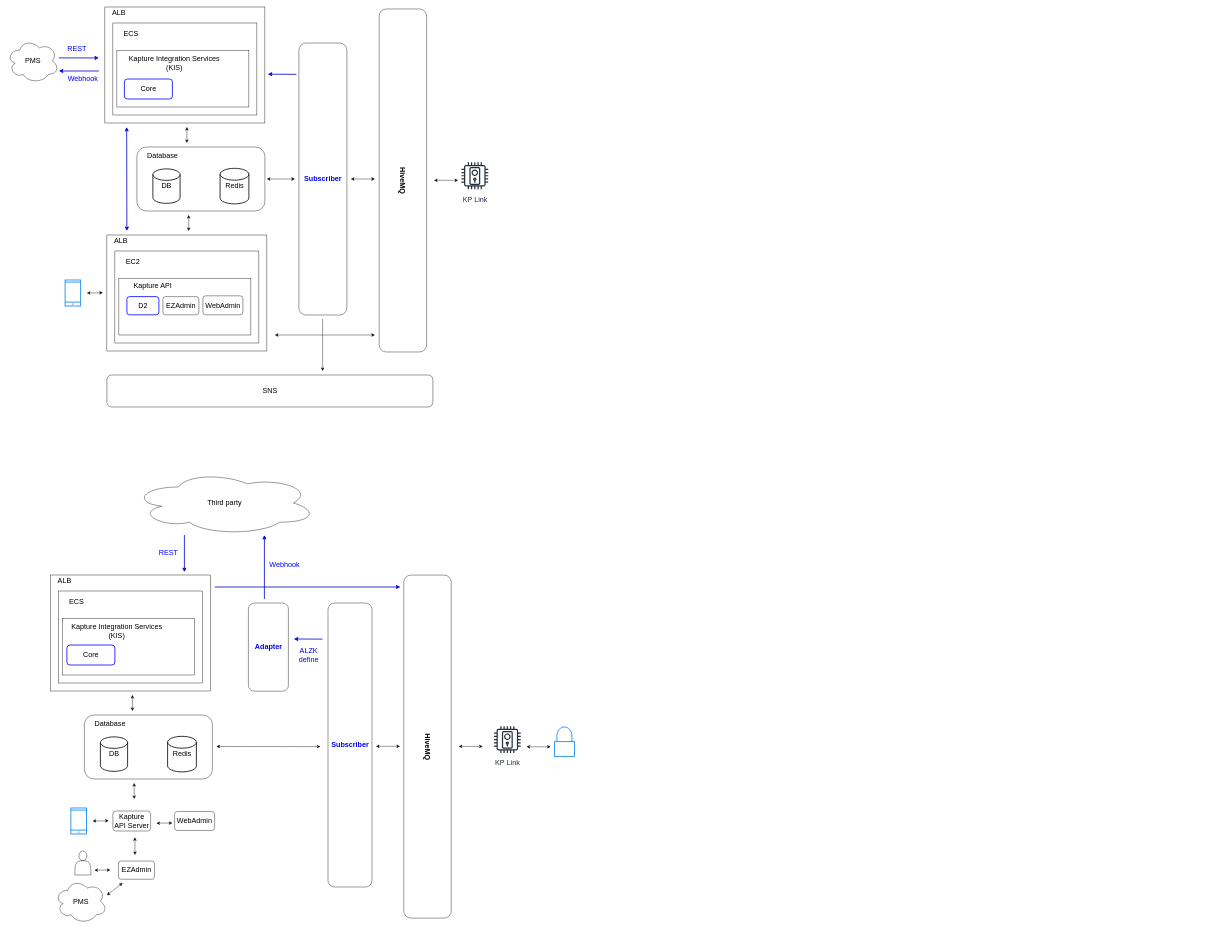
Earlier version of the draw.io diagram KaptureIntegrationService.drawio (kevin3747118/ALZK). Source tidied: cells renumbered, new cells numbered last; positions are measured from the earlier drawing's top-left corner, leaving out a move shared by most shapes. Both pictures are drawn from the tidied source at 40%, with x=0, y=0 at pixel (7, 7).
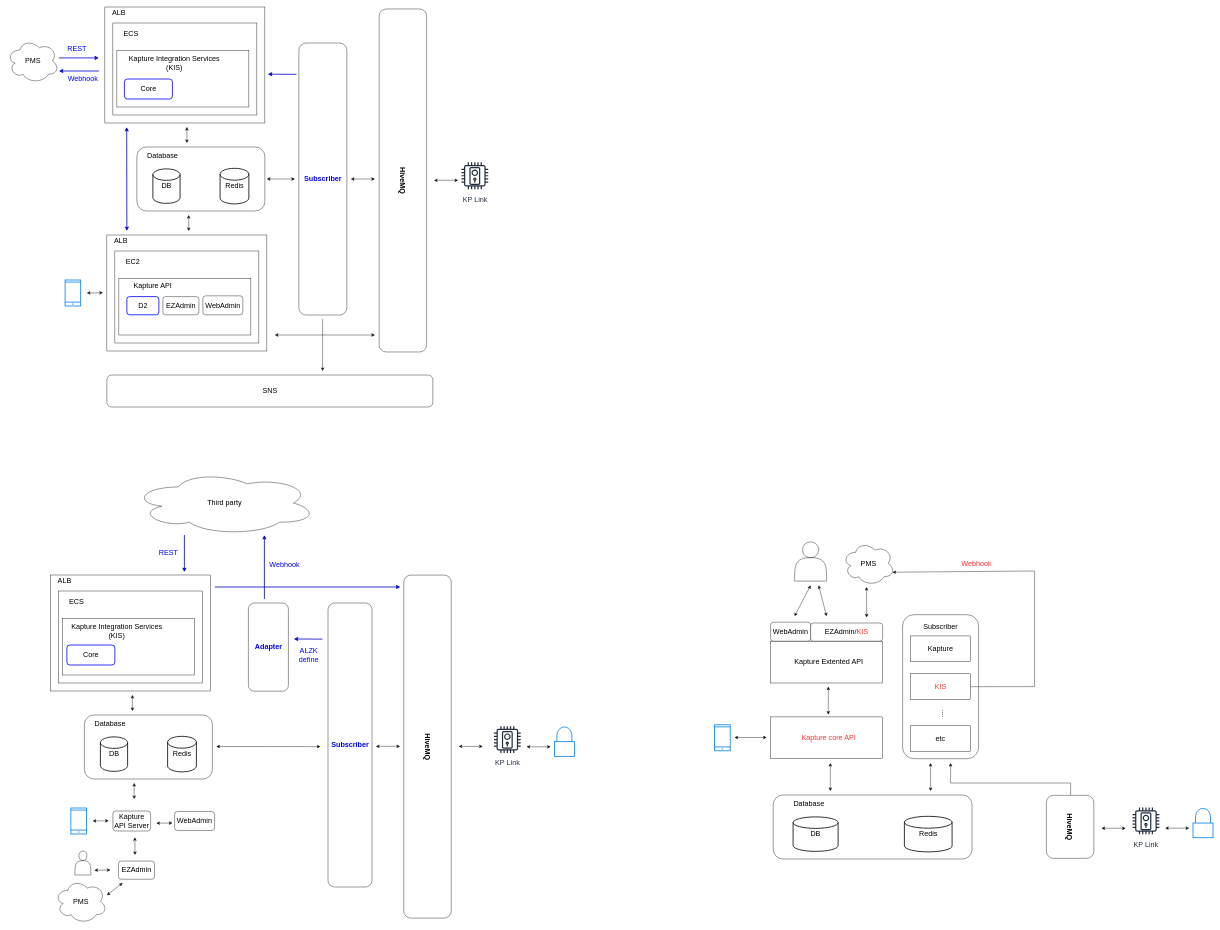
The same diagram, later.

What changed in the source:
```diff
@@
+    <mxCell id="85" style="rounded=0;whiteSpace=wrap;html=1;fontSize=18;" parent="1" vertex="1">
+      <mxGeometry x="1909" y="1585.5" width="280" height="104.5" as="geometry" />
+    </mxCell>
+    <mxCell id="86" value="&lt;font style=&quot;font-size: 18px&quot;&gt;Kapture Extented API&lt;br&gt;&lt;/font&gt;" style="text;html=1;strokeColor=none;fillColor=none;align=center;verticalAlign=middle;whiteSpace=wrap;rounded=0;" parent="1" vertex="1">
+      <mxGeometry x="1928.8" y="1617.8" width="250.5" height="40" as="geometry" />
+    </mxCell>
+    <mxCell id="87" value="WebAdmin" style="rounded=1;whiteSpace=wrap;html=1;fontSize=18;strokeColor=#000000;" parent="1" vertex="1">
+      <mxGeometry x="1909" y="1538" width="100" height="47.5" as="geometry" />
+    </mxCell>
+    <mxCell id="88" value="EZAdmin/&lt;font color=&quot;#ff3333&quot;&gt;KIS&lt;/font&gt;" style="rounded=1;whiteSpace=wrap;html=1;fontSize=18;strokeColor=default;" parent="1" vertex="1">
+      <mxGeometry x="2009" y="1540" width="180" height="45.5" as="geometry" />
+    </mxCell>
+    <mxCell id="89" style="rounded=0;whiteSpace=wrap;html=1;fontSize=18;" parent="1" vertex="1">
+      <mxGeometry x="1909" y="1774.8" width="280" height="104.5" as="geometry" />
+    </mxCell>
+    <mxCell id="90" style="group;" parent="1" vertex="1">
+      <mxGeometry x="1899" y="1970" width="530" height="160" as="geometry" />
+    </mxCell>
+    <mxCell id="91" value="DB" style="strokeWidth=2;html=1;shape=mxgraph.flowchart.database;whiteSpace=wrap;fontSize=18;" parent="90" vertex="1">
+      <mxGeometry x="66.2" y="54.7" width="112.6" height="86.2" as="geometry" />
+    </mxCell>
+    <mxCell id="92" value="Redis" style="strokeWidth=2;html=1;shape=mxgraph.flowchart.database;whiteSpace=wrap;fontSize=18;" parent="90" vertex="1">
+      <mxGeometry x="344.5" y="53.3" width="119.2" height="88.9" as="geometry" />
+    </mxCell>
+    <mxCell id="93" style="rounded=1;whiteSpace=wrap;html=1;strokeColor=#000000;fontSize=18;fontColor=#000000;fillColor=none;" parent="90" vertex="1">
+      <mxGeometry x="16.6" width="496.9" height="160" as="geometry" />
+    </mxCell>
+    <mxCell id="94" value="Database" style="text;html=1;strokeColor=none;fillColor=none;align=center;verticalAlign=middle;whiteSpace=wrap;rounded=0;fontSize=18;fontColor=#000000;" parent="90" vertex="1">
+      <mxGeometry x="66.2" y="8.9" width="79.5" height="26.7" as="geometry" />
+    </mxCell>
+    <mxCell id="95" value="&lt;font style=&quot;font-size: 18px&quot;&gt;&lt;font color=&quot;#ff3333&quot;&gt;Kapture core API&lt;/font&gt;&lt;br&gt;&lt;/font&gt;" style="text;html=1;strokeColor=none;fillColor=none;align=center;verticalAlign=middle;whiteSpace=wrap;rounded=0;" parent="1" vertex="1">
+      <mxGeometry x="1928.8" y="1807" width="250.5" height="40" as="geometry" />
+    </mxCell>
+    <mxCell id="96" style="html=1;verticalLabelPosition=bottom;align=center;labelBackgroundColor=#ffffff;verticalAlign=top;strokeWidth=2;strokeColor=#0080F0;shadow=0;dashed=0;shape=mxgraph.ios7.icons.smartphone;fontSize=18;" parent="1" vertex="1">
+      <mxGeometry x="1769" y="1794.5" width="39" height="65" as="geometry" />
+    </mxCell>
+    <mxCell id="97" style="shape=actor;whiteSpace=wrap;html=1;" parent="1" vertex="1">
+      <mxGeometry x="1969" y="1337.5" width="80" height="97.8" as="geometry" />
+    </mxCell>
+    <mxCell id="98" value="&lt;font style=&quot;font-size: 18px;&quot;&gt;PMS&lt;/font&gt;" style="ellipse;shape=cloud;whiteSpace=wrap;html=1;strokeColor=#000000;" parent="1" vertex="1">
+      <mxGeometry x="2089" y="1336" width="130" height="110" as="geometry" />
+    </mxCell>
+    <mxCell id="99" style="endArrow=classic;startArrow=classic;html=1;rounded=0;fontSize=18;" parent="1" edge="1">
+      <mxGeometry relative="1" as="geometry">
+        <mxPoint x="1969" y="1523" as="sourcePoint" />
+        <mxPoint x="2009" y="1446" as="targetPoint" />
+      </mxGeometry>
+    </mxCell>
+    <mxCell id="100" style="endArrow=classic;startArrow=classic;html=1;rounded=0;fontSize=18;" parent="1" edge="1">
+      <mxGeometry relative="1" as="geometry">
+        <mxPoint x="2149.2" y="1526" as="sourcePoint" />
+        <mxPoint x="2149" y="1450" as="targetPoint" />
+      </mxGeometry>
+    </mxCell>
+    <mxCell id="101" style="endArrow=classic;startArrow=classic;html=1;rounded=0;fontSize=18;" parent="1" edge="1">
+      <mxGeometry relative="1" as="geometry">
+        <mxPoint x="2049" y="1523" as="sourcePoint" />
+        <mxPoint x="2029" y="1446" as="targetPoint" />
+      </mxGeometry>
+    </mxCell>
+    <mxCell id="102" style="endArrow=classic;startArrow=classic;html=1;rounded=0;fontSize=18;fontColor=#000000;" parent="1" edge="1">
+      <mxGeometry relative="1" as="geometry">
+        <mxPoint x="2058.3" y="1890" as="sourcePoint" />
+        <mxPoint x="2058.3" y="1960" as="targetPoint" />
+      </mxGeometry>
+    </mxCell>
+    <mxCell id="103" style="endArrow=classic;startArrow=classic;html=1;rounded=0;fontSize=18;fontColor=#000000;" parent="1" edge="1">
+      <mxGeometry relative="1" as="geometry">
+        <mxPoint x="2053.3" y="1699" as="sourcePoint" />
+        <mxPoint x="2053.3" y="1769" as="targetPoint" />
+      </mxGeometry>
+    </mxCell>
+    <mxCell id="104" style="endArrow=classic;startArrow=classic;html=1;rounded=0;fontSize=18;fontColor=#000000;" parent="1" edge="1">
+      <mxGeometry relative="1" as="geometry">
+        <mxPoint x="1819" y="1826.3" as="sourcePoint" />
+        <mxPoint x="1899" y="1826.3" as="targetPoint" />
+      </mxGeometry>
+    </mxCell>
+    <mxCell id="105" style="group;" parent="1" vertex="1">
+      <mxGeometry x="2239" y="1519.2" width="190" height="360" as="geometry" />
+    </mxCell>
+    <mxCell id="106" style="rounded=1;whiteSpace=wrap;html=1;fontColor=#0000FF;" parent="105" vertex="1">
+      <mxGeometry width="190" height="360" as="geometry" />
+    </mxCell>
+    <mxCell id="107" value="&lt;font style=&quot;font-size: 18px&quot;&gt;Subscriber&lt;br&gt;&lt;/font&gt;" style="text;html=1;strokeColor=none;fillColor=none;align=center;verticalAlign=middle;whiteSpace=wrap;rounded=0;" parent="105" vertex="1">
+      <mxGeometry x="34.9" y="15.5" width="120.2" height="30" as="geometry" />
+    </mxCell>
+    <mxCell id="108" style="rounded=0;whiteSpace=wrap;html=1;fontSize=18;" parent="105" vertex="1">
+      <mxGeometry x="20" y="53.2" width="150" height="64.5" as="geometry" />
+    </mxCell>
+    <mxCell id="109" value="&lt;font style=&quot;font-size: 18px&quot;&gt;Kapture&lt;br&gt;&lt;/font&gt;" style="text;html=1;strokeColor=none;fillColor=none;align=center;verticalAlign=middle;whiteSpace=wrap;rounded=0;" parent="105" vertex="1">
+      <mxGeometry x="60" y="75.2" width="70" height="20.5" as="geometry" />
+    </mxCell>
+    <mxCell id="110" style="edgeStyle=orthogonalEdgeStyle;rounded=0;orthogonalLoop=1;jettySize=auto;html=1;exitX=0.5;exitY=1;exitDx=0;exitDy=0;" parent="105" edge="1" source="109" target="109">
+      <mxGeometry relative="1" as="geometry" />
+    </mxCell>
+    <mxCell id="111" style="rounded=0;whiteSpace=wrap;html=1;fontSize=18;" parent="105" vertex="1">
+      <mxGeometry x="20" y="147.8" width="150" height="64.5" as="geometry" />
+    </mxCell>
+    <mxCell id="112" value="&lt;font style=&quot;font-size: 18px&quot;&gt;&lt;font color=&quot;#ff3333&quot;&gt;KIS&lt;/font&gt;&lt;br&gt;&lt;/font&gt;" style="text;html=1;strokeColor=none;fillColor=none;align=center;verticalAlign=middle;whiteSpace=wrap;rounded=0;" parent="105" vertex="1">
+      <mxGeometry x="60" y="169.8" width="70" height="20.5" as="geometry" />
+    </mxCell>
+    <mxCell id="113" style="rounded=0;whiteSpace=wrap;html=1;fontSize=18;" parent="105" vertex="1">
+      <mxGeometry x="20" y="277.8" width="150" height="64.5" as="geometry" />
+    </mxCell>
+    <mxCell id="114" value="&lt;font style=&quot;font-size: 18px&quot;&gt;....&lt;br&gt;&lt;/font&gt;" style="text;html=1;strokeColor=none;fillColor=none;align=center;verticalAlign=middle;whiteSpace=wrap;rounded=0;rotation=90;" parent="105" vertex="1">
+      <mxGeometry x="80" y="212.2" width="50" height="69.2" as="geometry" />
+    </mxCell>
+    <mxCell id="115" value="&lt;font style=&quot;font-size: 18px&quot;&gt;etc&lt;br&gt;&lt;/font&gt;" style="text;html=1;strokeColor=none;fillColor=none;align=center;verticalAlign=middle;whiteSpace=wrap;rounded=0;" parent="105" vertex="1">
+      <mxGeometry x="60" y="299.8" width="70" height="20.5" as="geometry" />
+    </mxCell>
+    <mxCell id="116" style="endArrow=classic;startArrow=classic;html=1;rounded=0;fontSize=18;fontColor=#000000;" parent="1" edge="1">
+      <mxGeometry relative="1" as="geometry">
+        <mxPoint x="2309" y="1890" as="sourcePoint" />
+        <mxPoint x="2309" y="1960" as="targetPoint" />
+      </mxGeometry>
+    </mxCell>
+    <mxCell id="117" style="endArrow=classic;html=1;rounded=0;exitX=1;exitY=0.5;exitDx=0;exitDy=0;entryX=0.96;entryY=0.7;entryDx=0;entryDy=0;entryPerimeter=0;" parent="1" edge="1" source="111" target="98">
+      <mxGeometry relative="1" as="geometry">
+        <Array as="points">
+          <mxPoint x="2569" y="1699" />
+          <mxPoint x="2569" y="1410" />
+        </Array>
+      </mxGeometry>
+    </mxCell>
+    <mxCell id="118" value="&lt;font style=&quot;font-size: 18px&quot;&gt;&lt;font color=&quot;#ff3333&quot;&gt;Webhook&lt;/font&gt;&lt;br&gt;&lt;/font&gt;" style="text;html=1;strokeColor=none;fillColor=none;align=center;verticalAlign=middle;whiteSpace=wrap;rounded=0;" parent="1" vertex="1">
+      <mxGeometry x="2389" y="1380.8" width="70" height="20.5" as="geometry" />
+    </mxCell>
+    <mxCell id="119" value="&lt;font size=&quot;1&quot; style=&quot;&quot;&gt;&lt;b style=&quot;font-size: 18px;&quot;&gt;HiveMQ&lt;/b&gt;&lt;/font&gt;" style="rounded=1;whiteSpace=wrap;html=1;fontSize=18;strokeColor=#000000;rotation=90;" parent="1" vertex="1">
+      <mxGeometry x="2579" y="1990.3" width="157.5" height="118.6" as="geometry" />
+    </mxCell>
+    <mxCell id="120" value="&lt;font style=&quot;font-size: 18px;&quot;&gt;KP Link&lt;/font&gt;" style="sketch=0;fontColor=#232F3E;gradientColor=none;strokeColor=#232F3E;fillColor=#ffffff;dashed=0;verticalLabelPosition=bottom;verticalAlign=top;align=center;html=1;fontSize=12;fontStyle=0;shape=mxgraph.aws4.resourceIcon;resIcon=mxgraph.aws4.door_lock;" parent="1" vertex="1">
+      <mxGeometry x="2805.5" y="1993.1" width="83.7" height="83.7" as="geometry" />
+    </mxCell>
+    <mxCell id="121" style="endArrow=classic;startArrow=classic;html=1;rounded=0;fontSize=18;fontColor=#000000;" parent="1" edge="1">
+      <mxGeometry relative="1" as="geometry">
+        <mxPoint x="2736.5" y="2053.1" as="sourcePoint" />
+        <mxPoint x="2796.5" y="2053.1" as="targetPoint" />
+      </mxGeometry>
+    </mxCell>
+    <mxCell id="122" style="html=1;verticalLabelPosition=bottom;align=center;labelBackgroundColor=#ffffff;verticalAlign=top;strokeWidth=2;strokeColor=#0080F0;shadow=0;dashed=0;shape=mxgraph.ios7.icons.locked;" parent="1" vertex="1">
+      <mxGeometry x="2965" y="2003.4" width="50" height="73.4" as="geometry" />
+    </mxCell>
+    <mxCell id="123" style="endArrow=classic;startArrow=classic;html=1;rounded=0;fontSize=18;fontColor=#000000;" parent="1" edge="1">
+      <mxGeometry relative="1" as="geometry">
+        <mxPoint x="2895.5" y="2052.9" as="sourcePoint" />
+        <mxPoint x="2955.5" y="2052.9" as="targetPoint" />
+      </mxGeometry>
+    </mxCell>
+    <mxCell id="124" style="endArrow=classic;html=1;rounded=0;fontColor=#FF3333;" parent="1" edge="1">
+      <mxGeometry relative="1" as="geometry">
+        <mxPoint x="2659" y="1970" as="sourcePoint" />
+        <mxPoint x="2359" y="1890" as="targetPoint" />
+        <Array as="points">
+          <mxPoint x="2659" y="1940" />
+          <mxPoint x="2359" y="1940" />
+        </Array>
+      </mxGeometry>
+    </mxCell>
```
